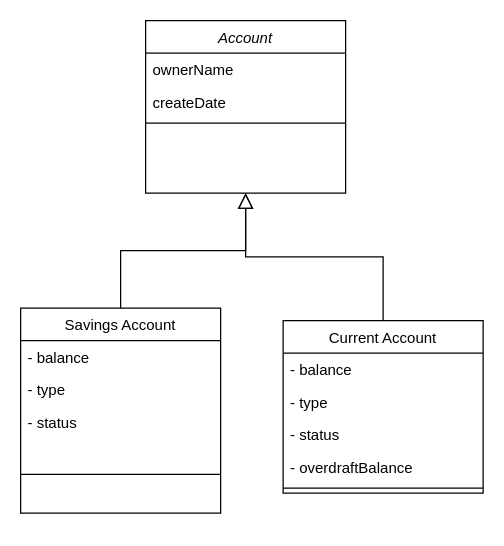
Above: assessment1_uml.drawio in aneeshpotnistcs/assessment-1 (draw.io), before the change. Source tidied: cells renumbered, new cells numbered last; positions are measured from the earlier drawing's top-left corner, leaving out a move shared by most shapes. Both pictures are drawn from the tidied source at 125%, with x=0, y=0 at pixel (20, 20).
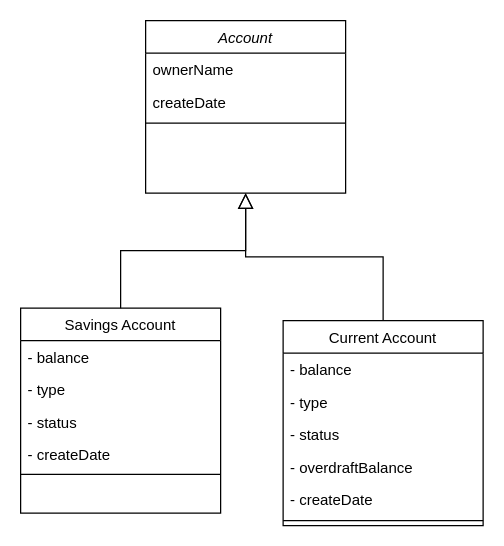
Above is the later version.

Unchanged cells that the change refers to:
```xml
<mxCell id="6" value="Savings Account" style="swimlane;fontStyle=0;align=center;verticalAlign=top;horizontal=1;startSize=26;rounded=0;shadow=0;strokeWidth=1;" parent="1" vertex="1">
  <mxGeometry y="230" width="160" height="164" as="geometry" />
</mxCell>
```

Change to the diagram source:
```diff
@@
+    <mxCell id="19" value="- createDate" style="text;align=left;verticalAlign=top;spacingLeft=4;spacingRight=4;overflow=hidden;rounded=0;shadow=0;html=0;" parent="6" vertex="1">
+      <mxGeometry y="104" width="160" height="26" as="geometry" />
+    </mxCell>
@@
     <mxCell id="11" value="Current Account" style="swimlane;fontStyle=0;align=center;verticalAlign=top;horizontal=1;startSize=26;rounded=0;shadow=0;strokeWidth=1;" parent="1" vertex="1">
-      <mxGeometry x="210" y="240" width="160" height="138" as="geometry" />
+      <mxGeometry x="210" y="240" width="160" height="164" as="geometry" />
     </mxCell>
@@
+    <mxCell id="20" value="- createDate" style="text;align=left;verticalAlign=top;spacingLeft=4;spacingRight=4;overflow=hidden;" parent="11" vertex="1">
+      <mxGeometry y="130" width="160" height="26" as="geometry" />
+    </mxCell>
     <mxCell id="16" style="line;html=1;strokeWidth=1;align=left;verticalAlign=middle;spacingTop=-1;spacingLeft=3;spacingRight=3;labelPosition=right;" parent="11" vertex="1">
-      <mxGeometry y="130" width="160" height="8" as="geometry" />
+      <mxGeometry y="156" width="160" height="8" as="geometry" />
     </mxCell>
```
